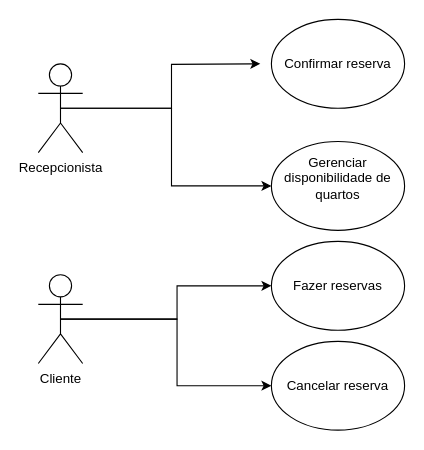
The draw.io diagram page "Página-1" (1 of 2) of Diagramaaula.drawio in MagdyelDev/diagramaderequisitos, before the edit. Source tidied: cells renumbered, new cells numbered last; positions are measured from the earlier drawing's top-left corner, leaving out a move shared by most shapes. Both pictures are drawn from the tidied source at 111%, with x=0, y=0 at pixel (38, 19).
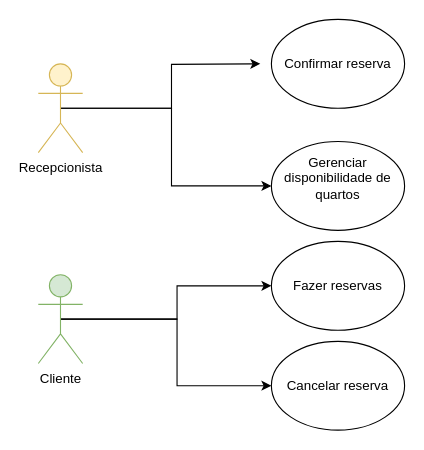
After the change.

Change to the diagram source:
```diff
@@
 <mxGraphModel>
   <root>
     <mxCell id="0" />
     <mxCell id="1" parent="0" />
     <mxCell id="2" style="edgeStyle=orthogonalEdgeStyle;rounded=0;jettySize=auto;html=1;exitX=0.5;exitY=0.5;exitDx=0;exitDy=0;exitPerimeter=0;" parent="1" edge="1" source="4">
       <mxGeometry relative="1" as="geometry">
         <mxPoint x="200" y="40" as="targetPoint" />
       </mxGeometry>
     </mxCell>
     <mxCell id="3" style="edgeStyle=orthogonalEdgeStyle;rounded=0;jettySize=auto;html=1;exitX=0.5;exitY=0.5;exitDx=0;exitDy=0;exitPerimeter=0;entryX=0;entryY=0.5;entryDx=0;entryDy=0;" parent="1" edge="1" source="4" target="6">
       <mxGeometry relative="1" as="geometry">
         <Array as="points">
           <mxPoint x="20" y="80" />
           <mxPoint x="120" y="80" />
           <mxPoint x="120" y="150" />
         </Array>
       </mxGeometry>
     </mxCell>
-    <mxCell id="4" value="Recepcionista" style="shape=umlActor;verticalLabelPosition=bottom;verticalAlign=top;html=1;outlineConnect=0;" parent="1" vertex="1">
+    <mxCell id="4" value="Recepcionista" style="shape=umlActor;verticalLabelPosition=bottom;verticalAlign=top;html=1;outlineConnect=0;fillColor=#fff2cc;strokeColor=#d6b656;" parent="1" vertex="1">
       <mxGeometry y="40" width="40" height="80" as="geometry" />
     </mxCell>
     <mxCell id="5" value="Confirmar reserva" style="ellipse;whiteSpace=wrap;html=1;" parent="1" vertex="1">
       <mxGeometry x="210" width="120" height="80" as="geometry" />
     </mxCell>
     <mxCell id="6" value="Gerenciar disponibilidade de quartos&lt;div&gt;&lt;br&gt;&lt;/div&gt;" style="ellipse;whiteSpace=wrap;html=1;" parent="1" vertex="1">
       <mxGeometry x="210" y="110" width="120" height="80" as="geometry" />
     </mxCell>
     <mxCell id="7" style="edgeStyle=orthogonalEdgeStyle;rounded=0;jettySize=auto;html=1;exitX=0.5;exitY=0.5;exitDx=0;exitDy=0;exitPerimeter=0;entryX=0;entryY=0.5;entryDx=0;entryDy=0;" parent="1" edge="1" source="9" target="10">
       <mxGeometry relative="1" as="geometry" />
     </mxCell>
     <mxCell id="8" style="edgeStyle=orthogonalEdgeStyle;rounded=0;jettySize=auto;html=1;exitX=0.5;exitY=0.5;exitDx=0;exitDy=0;exitPerimeter=0;entryX=0;entryY=0.5;entryDx=0;entryDy=0;" parent="1" edge="1" source="9" target="11">
       <mxGeometry relative="1" as="geometry" />
     </mxCell>
-    <mxCell id="9" value="Cliente" style="shape=umlActor;verticalLabelPosition=bottom;verticalAlign=top;html=1;outlineConnect=0;" parent="1" vertex="1">
+    <mxCell id="9" value="Cliente" style="shape=umlActor;verticalLabelPosition=bottom;verticalAlign=top;html=1;outlineConnect=0;fillColor=#d5e8d4;strokeColor=#82b366;" parent="1" vertex="1">
       <mxGeometry y="230" width="40" height="80" as="geometry" />
     </mxCell>
     <mxCell id="10" value="Fazer reservas" style="ellipse;whiteSpace=wrap;html=1;" parent="1" vertex="1">
       <mxGeometry x="210" y="200" width="120" height="80" as="geometry" />
     </mxCell>
     <mxCell id="11" value="Cancelar reserva" style="ellipse;whiteSpace=wrap;html=1;" parent="1" vertex="1">
       <mxGeometry x="210" y="290" width="120" height="80" as="geometry" />
     </mxCell>
   </root>
 </mxGraphModel>
```
